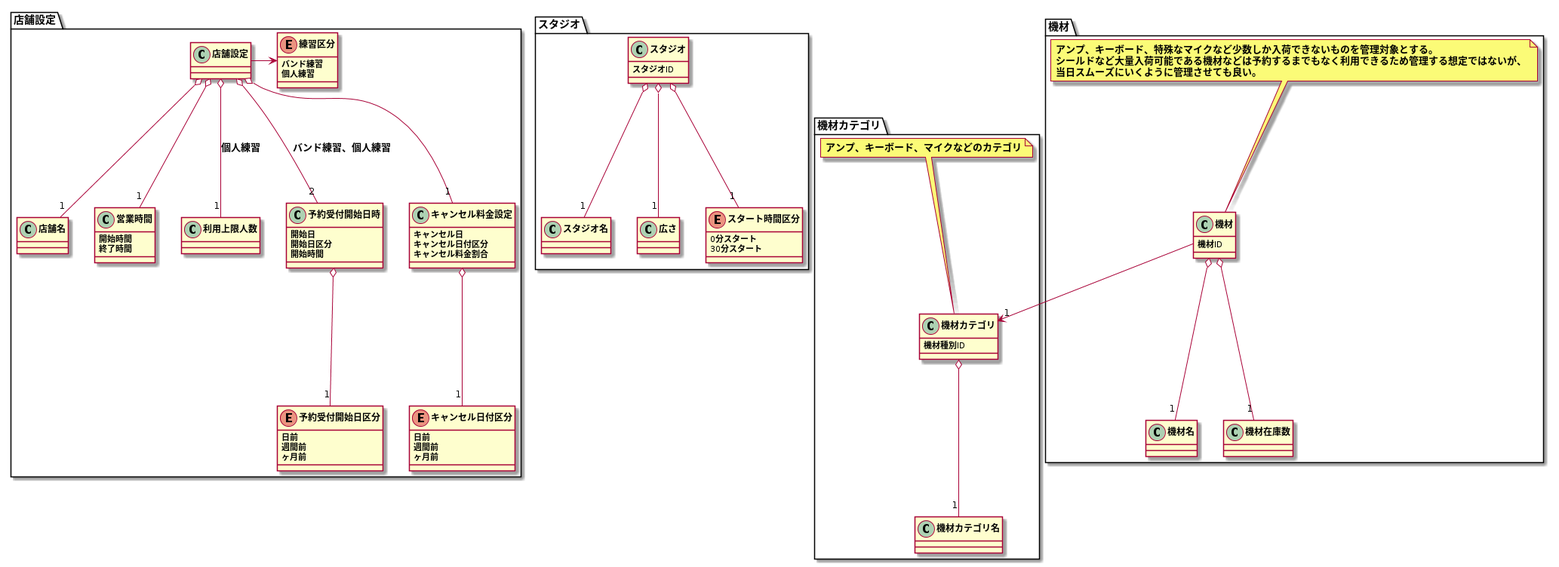
The PlantUML diagram modeling/07_DomainModel_設備管理/DomainModel.png in TakashiOnawa/ddd-practice-studio-reservation, before a commit.
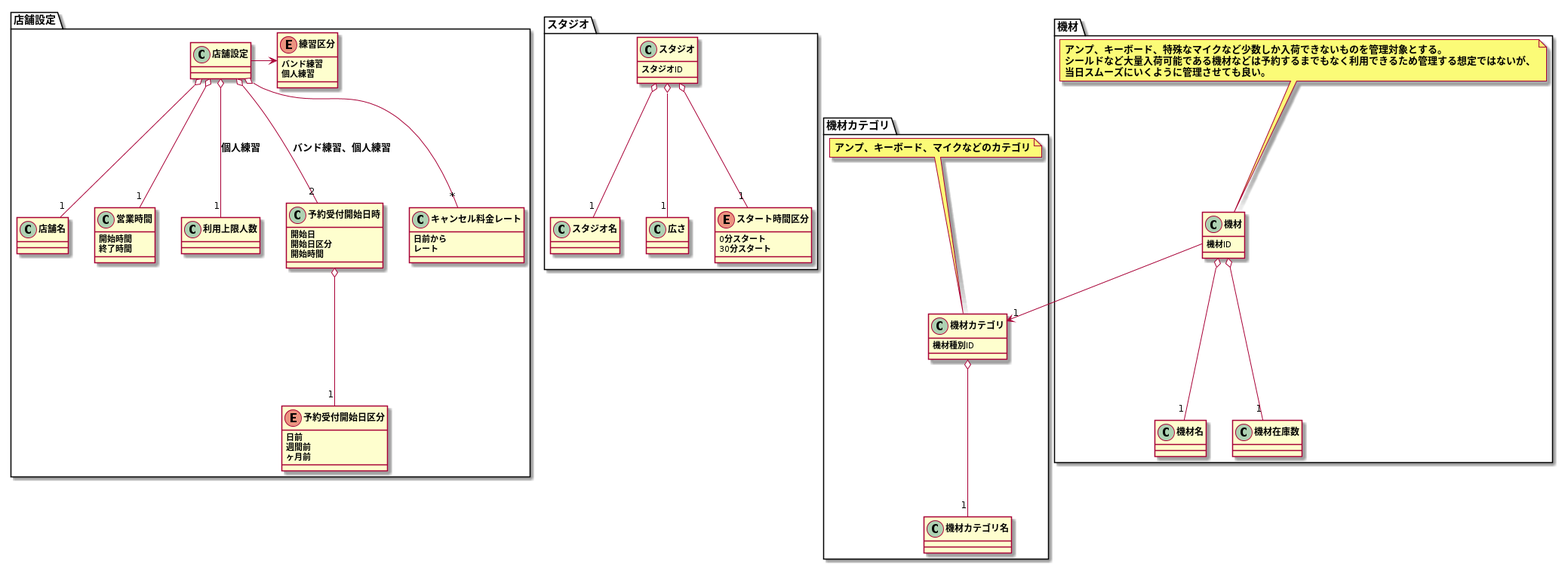
The same diagram one commit later.

The edit, as a diff of the source:
```diff
@@ -29,23 +29,16 @@
     }
     予約受付開始日時 o-- "1" 予約受付開始日区分
 
-    class キャンセル料金設定 {
-        キャンセル日
-        キャンセル日付区分
-        キャンセル料金割合
+    class キャンセル料金レート {
+        日前から
+        レート
     }
-    enum キャンセル日付区分 {
-        日前
-        週間前
-        ヶ月前
-    }
-    キャンセル料金設定 o-- "1" キャンセル日付区分
 
     店舗設定 o-- "1" 店舗名
     店舗設定 o-- "1" 営業時間
     店舗設定 o-- "2" 予約受付開始日時 : バンド練習、個人練習
     店舗設定 o-- "1" 利用上限人数 : 個人練習
-    店舗設定 o-- "1" キャンセル料金設定
+    店舗設定 o-- "*" キャンセル料金レート
     店舗設定 -> 練習区分
 }
 
```
